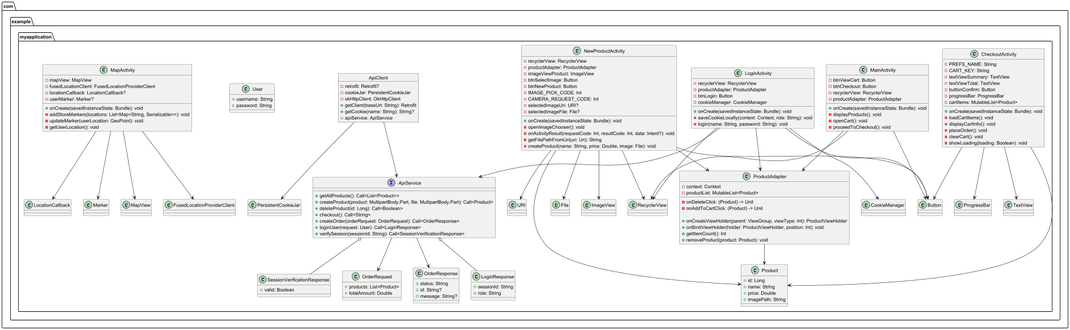
Above: P3/diag.png in SergioHrvas/DSS-P3-MUII (PlantUML), before the change.
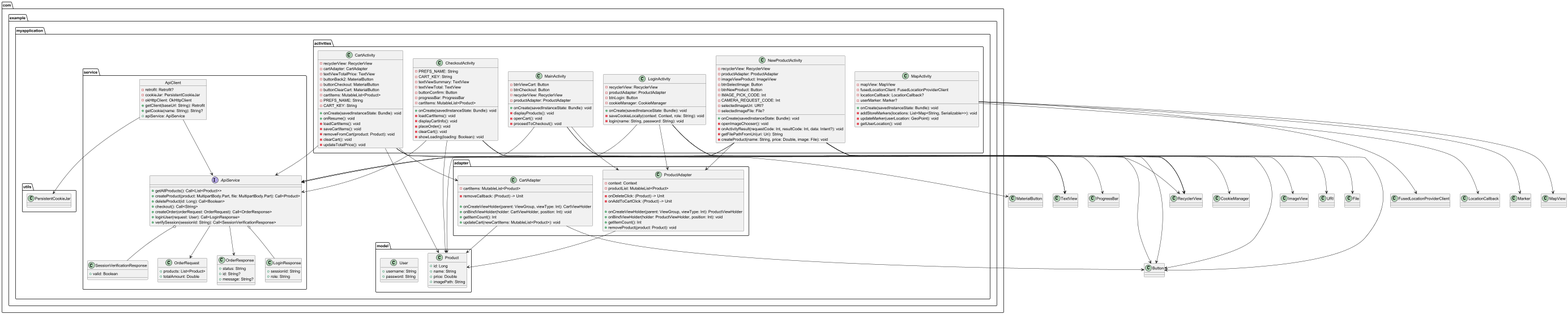
The same file after the commit.

Commit message:
diagramas de secuencia

Diff of the diagram source:
```diff
@@ -1,5 +1,5 @@
 @startuml
-package com.example.myapplication {
+package com.example.myapplication.service {
 
     interface ApiService {
         + getAllProducts(): Call<List<Product>>
@@ -19,6 +19,29 @@
     class SessionVerificationResponse {
         + valid: Boolean
     }
+
+    class OrderRequest {
+        + products: List<Product>
+        + totalAmount: Double
+    }
+
+    class OrderResponse {
+        + status: String
+        + id: String?
+        + message: String?
+    }
+
+    object ApiClient {
+        - retrofit: Retrofit?
+        - cookieJar: PersistentCookieJar
+        - okHttpClient: OkHttpClient
+        + getClient(baseUrl: String): Retrofit
+        + getCookie(name: String): String?
+        + apiService: ApiService
+    }
+}
+
+package com.example.myapplication.activities {
 
     class CheckoutActivity {
         - PREFS_NAME: String
@@ -87,18 +110,28 @@
         - createProduct(name: String, price: Double, image: File): void
     }
 
-        class OrderRequest {
-            + products: List<Product>
-            + totalAmount: Double
-        }
+    class CartActivity {
+        - recyclerView: RecyclerView
+        - cartAdapter: CartAdapter
+        - textViewTotalPrice: TextView
+        - buttonBack2: MaterialButton
+        - buttonCheckout: MaterialButton
+        - buttonClearCart: MaterialButton
+        - cartItems: MutableList<Product>
+        - PREFS_NAME: String
+        - CART_KEY: String
 
-        class OrderResponse {
-            + status: String
-            + id: String?
-            + message: String?
-        }
+        + onCreate(savedInstanceState: Bundle): void
+        + onResume(): void
+        - loadCartItems(): void
+        - saveCartItems(): void
+        - removeFromCart(product: Product): void
+        - clearCart(): void
+        - updateTotalPrice(): void
+    }
+}
 
-
+package com.example.myapplication.model {
     class Product {
         + id: Long
         + name: String
@@ -106,6 +139,13 @@
         + imagePath: String
     }
 
+    class User {
+        + username: String
+        + password: String
+    }
+}
+
+package com.example.myapplication.adapter {
     class ProductAdapter {
         - context: Context
         - productList: MutableList<Product>
@@ -118,49 +158,61 @@
         + removeProduct(product: Product): void
     }
 
-    class User {
-        + username: String
-        + password: String
+    class CartAdapter {
+        - cartItems: MutableList<Product>
+        - removeCallback: (Product) -> Unit
+
+        + onCreateViewHolder(parent: ViewGroup, viewType: Int): CartViewHolder
+        + onBindViewHolder(holder: CartViewHolder, position: Int): void
+        + getItemCount(): Int
+        + updateCart(newCartItems: MutableList<Product>): void
     }
+}
 
-    object ApiClient {
-        - retrofit: Retrofit?
-        - cookieJar: PersistentCookieJar
-        - okHttpClient: OkHttpClient
-        + getClient(baseUrl: String): Retrofit
-        + getCookie(name: String): String?
-        + apiService: ApiService
-    }
+package com.example.myapplication.utils {
+    class PersistentCookieJar
+}
 
-    ApiService o-- LoginResponse
-    ApiService o-- SessionVerificationResponse
-    ApiService --> OrderRequest
-    ApiService --> OrderResponse
-    CheckoutActivity --> Product
-    CheckoutActivity --> TextView
-    CheckoutActivity --> Button
-    CheckoutActivity --> ProgressBar
-    LoginActivity --> RecyclerView
-    LoginActivity --> ProductAdapter
-    LoginActivity --> Button
-    LoginActivity --> CookieManager
-    LoginActivity --> ApiService
-    MainActivity --> Button
-    MainActivity --> RecyclerView
-    MainActivity --> ProductAdapter
-    MapActivity --> MapView
-    MapActivity --> FusedLocationProviderClient
-    MapActivity --> LocationCallback
-    MapActivity --> Marker
-    NewProductActivity --> RecyclerView
-    NewProductActivity --> ProductAdapter
-    NewProductActivity --> ImageView
-    NewProductActivity --> Button
-    NewProductActivity --> URI
-    NewProductActivity --> File
-    NewProductActivity --> Product
-    ProductAdapter --> Product
-    ApiClient --> ApiService
-    ApiClient --> PersistentCookieJar
-}
+ApiService o-- LoginResponse
+ApiService o-- SessionVerificationResponse
+ApiService --> OrderRequest
+ApiService --> OrderResponse
+CheckoutActivity --> Product
+CheckoutActivity --> TextView
+CheckoutActivity --> Button
+CheckoutActivity --> ProgressBar
+CheckoutActivity --> ApiService
+LoginActivity --> RecyclerView
+LoginActivity --> ProductAdapter
+LoginActivity --> Button
+LoginActivity --> CookieManager
+LoginActivity --> ApiService
+MainActivity --> Button
+MainActivity --> RecyclerView
+MainActivity --> ProductAdapter
+MainActivity --> ApiService
+MapActivity --> MapView
+MapActivity --> FusedLocationProviderClient
+MapActivity --> LocationCallback
+MapActivity --> Marker
+NewProductActivity --> RecyclerView
+NewProductActivity --> ProductAdapter
+NewProductActivity --> ImageView
+NewProductActivity --> Button
+NewProductActivity --> URI
+NewProductActivity --> File
+NewProductActivity --> Product
+NewProductActivity --> ApiService
+ProductAdapter --> Product
+CartAdapter --> Product
+CartAdapter --> Button
+CartActivity --> RecyclerView
+CartActivity --> CartAdapter
+CartActivity --> TextView
+CartActivity --> MaterialButton
+CartActivity --> Product
+CartActivity --> ApiService
+ApiClient --> ApiService
+ApiClient --> PersistentCookieJar
+
 @enduml
```
